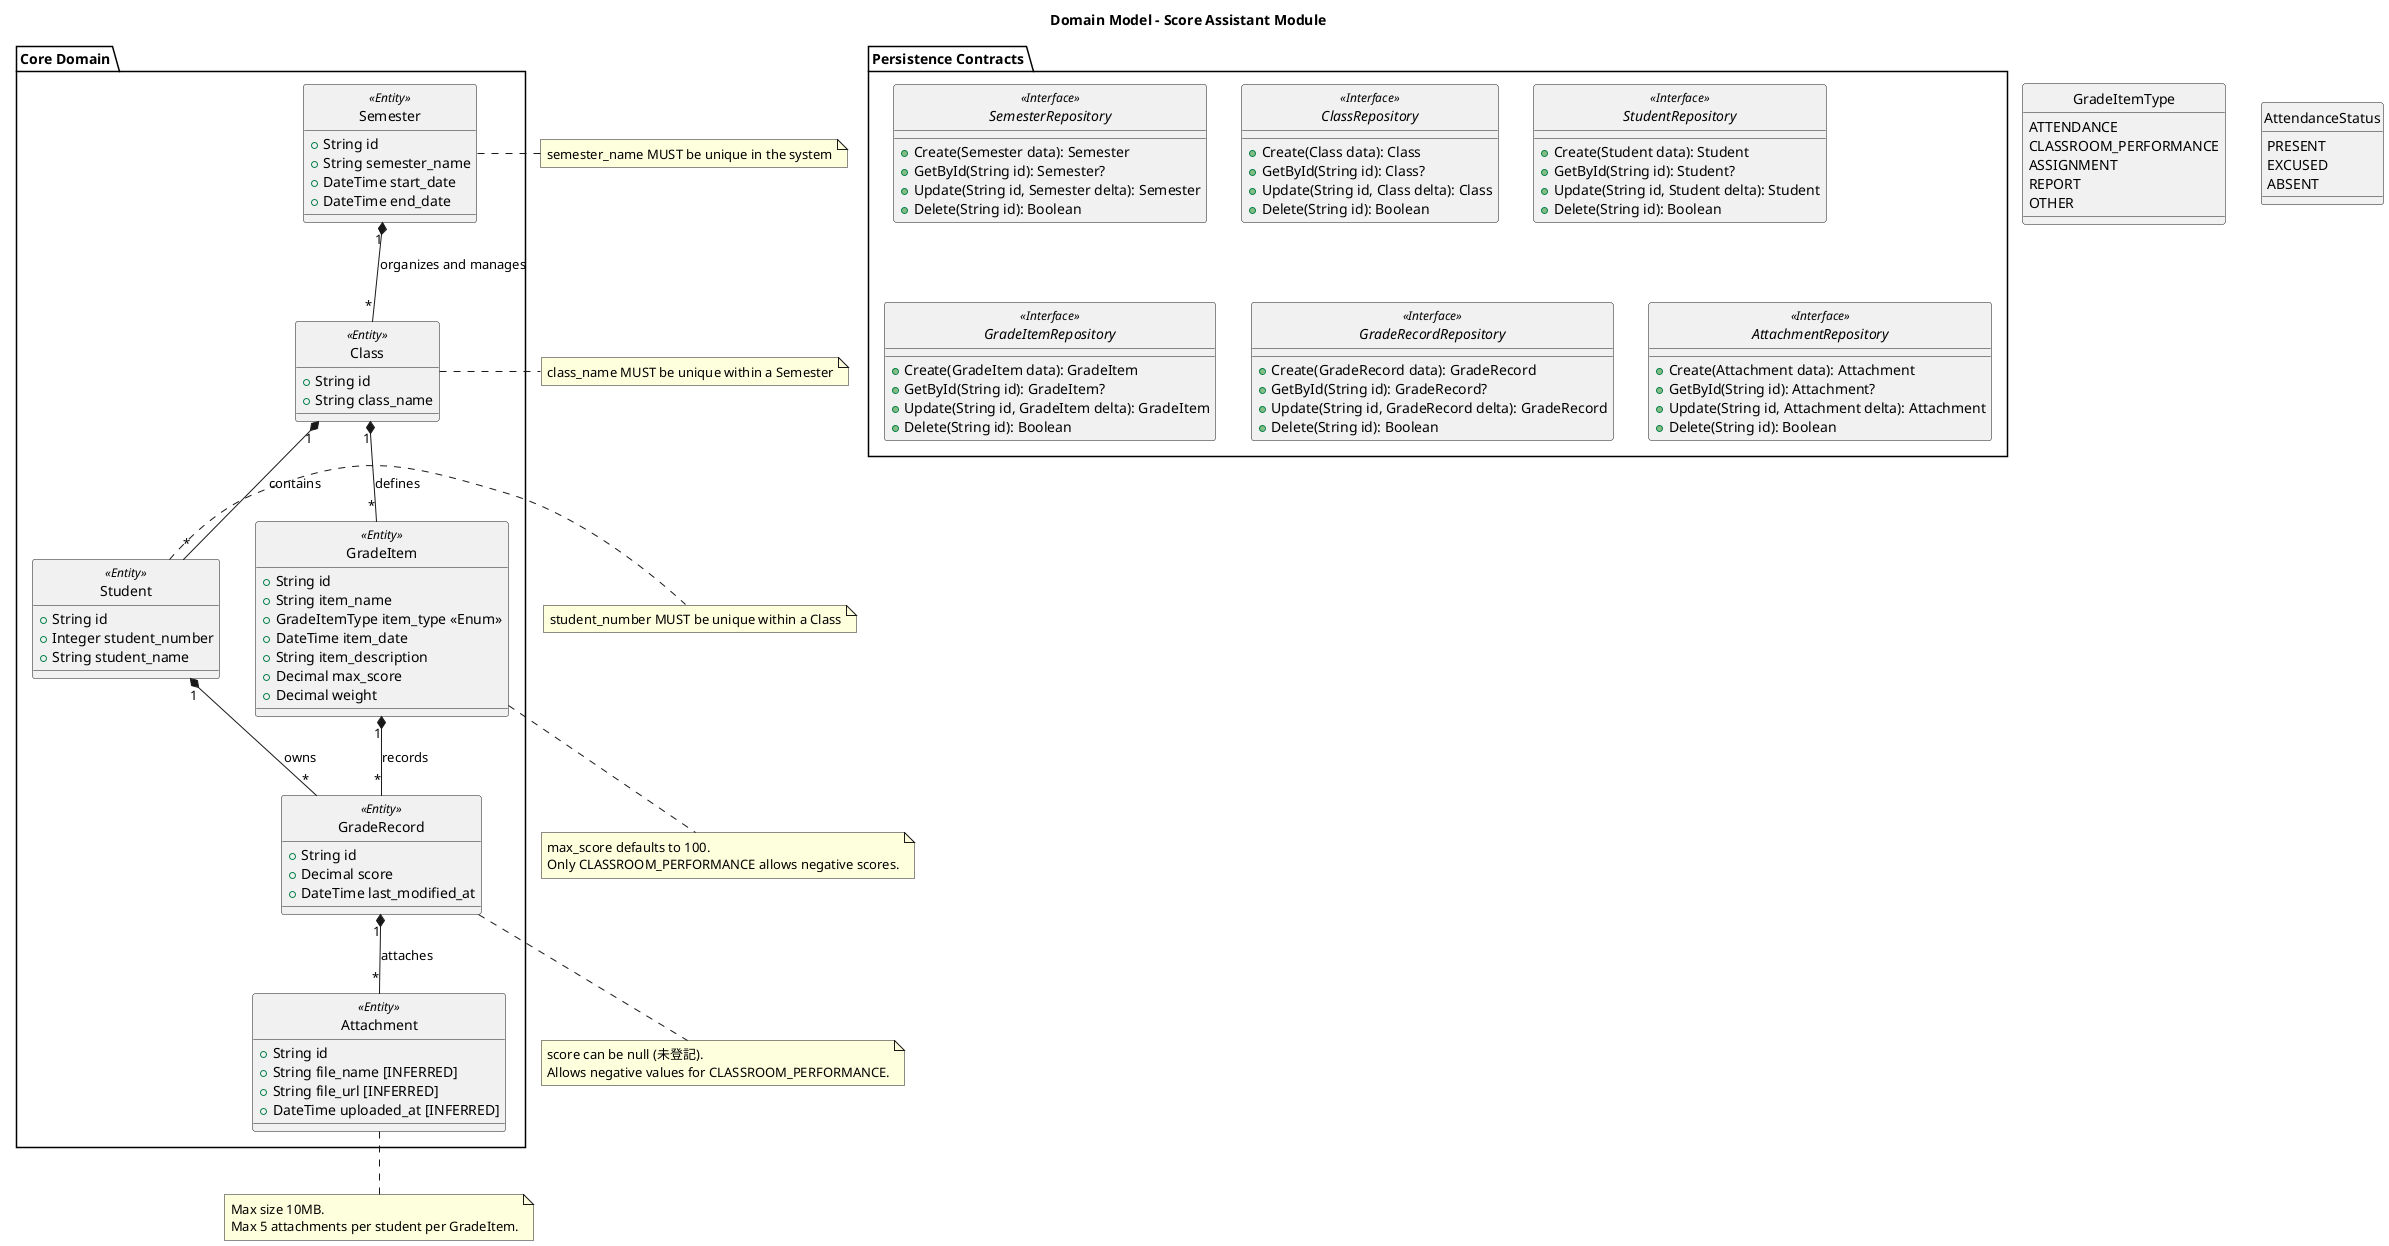
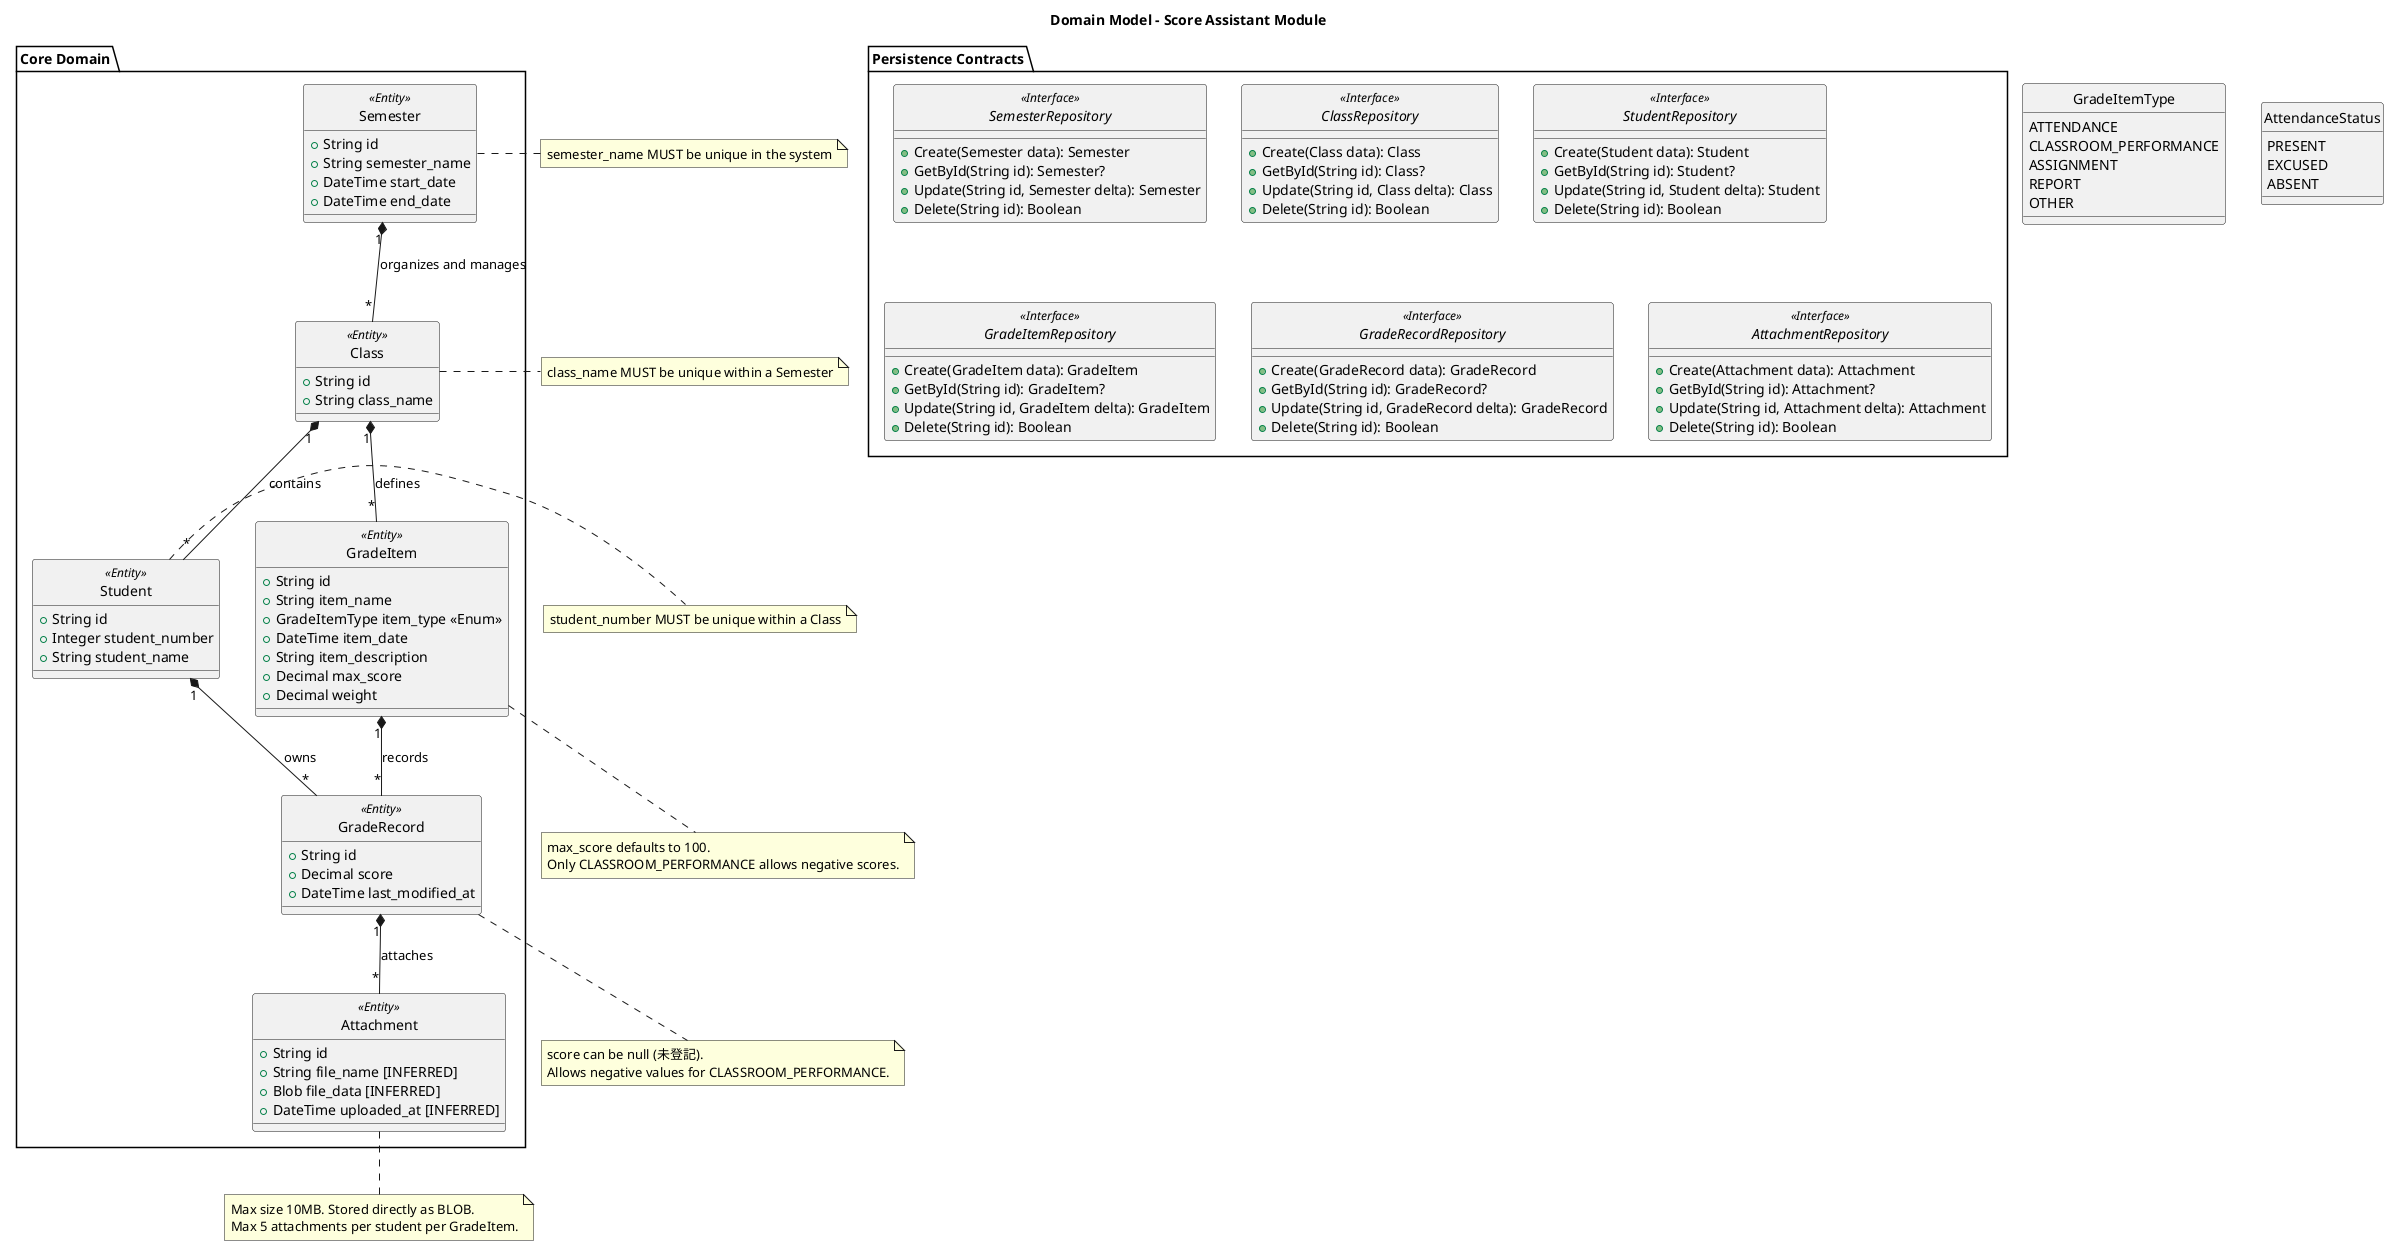
@startuml
skinparam style strictuml
title Domain Model - Score Assistant Module

package "Core Domain" {
    class Semester <<Entity>> {
        +String id
        +String semester_name
        +DateTime start_date
        +DateTime end_date
    }

    class Class <<Entity>> {
        +String id
        +String class_name
    }

    class Student <<Entity>> {
        +String id
        +Integer student_number
        +String student_name
    }

    class GradeItem <<Entity>> {
        +String id
        +String item_name
        +GradeItemType item_type <<Enum>>
        +DateTime item_date
        +String item_description
        +Decimal max_score
        +Decimal weight
    }

    class GradeRecord <<Entity>> {
        +String id
        +Decimal score
        +DateTime last_modified_at
    }

    class Attachment <<Entity>> {
        +String id
        +String file_name [INFERRED]
-         +String file_url [INFERRED]
+         +Blob file_data [INFERRED]
        +DateTime uploaded_at [INFERRED]
    }
}

package "Persistence Contracts" {
    interface SemesterRepository <<Interface>> {
        +Create(Semester data): Semester
        +GetById(String id): Semester?
        +Update(String id, Semester delta): Semester
        +Delete(String id): Boolean
    }

    interface ClassRepository <<Interface>> {
        +Create(Class data): Class
        +GetById(String id): Class?
        +Update(String id, Class delta): Class
        +Delete(String id): Boolean
    }

    interface StudentRepository <<Interface>> {
        +Create(Student data): Student
        +GetById(String id): Student?
        +Update(String id, Student delta): Student
        +Delete(String id): Boolean
    }

    interface GradeItemRepository <<Interface>> {
        +Create(GradeItem data): GradeItem
        +GetById(String id): GradeItem?
        +Update(String id, GradeItem delta): GradeItem
        +Delete(String id): Boolean
    }

    interface GradeRecordRepository <<Interface>> {
        +Create(GradeRecord data): GradeRecord
        +GetById(String id): GradeRecord?
        +Update(String id, GradeRecord delta): GradeRecord
        +Delete(String id): Boolean
    }

    interface AttachmentRepository <<Interface>> {
        +Create(Attachment data): Attachment
        +GetById(String id): Attachment?
        +Update(String id, Attachment delta): Attachment
        +Delete(String id): Boolean
    }
}

' Relationships: Strong ownership with multiplicity
Semester "1" *-- "*" Class : "organizes and manages"
Class "1" *-- "*" Student : "contains"
Class "1" *-- "*" GradeItem : "defines"
GradeItem "1" *-- "*" GradeRecord : "records"
Student "1" *-- "*" GradeRecord : "owns"
GradeRecord "1" *-- "*" Attachment : "attaches"

enum GradeItemType {
    ATTENDANCE
    CLASSROOM_PERFORMANCE
    ASSIGNMENT
    REPORT
    OTHER
}

enum AttendanceStatus {
    PRESENT
    EXCUSED
    ABSENT
}

note right of Semester : semester_name MUST be unique in the system
note right of Class : class_name MUST be unique within a Semester
note right of Student : student_number MUST be unique within a Class
note bottom of GradeItem : max_score defaults to 100.\nOnly CLASSROOM_PERFORMANCE allows negative scores.
note bottom of GradeRecord : score can be null (未登記).\nAllows negative values for CLASSROOM_PERFORMANCE.
- note bottom of Attachment : Max size 10MB.\nMax 5 attachments per student per GradeItem.
+ note bottom of Attachment : Max size 10MB. Stored directly as BLOB.\nMax 5 attachments per student per GradeItem.
@enduml
